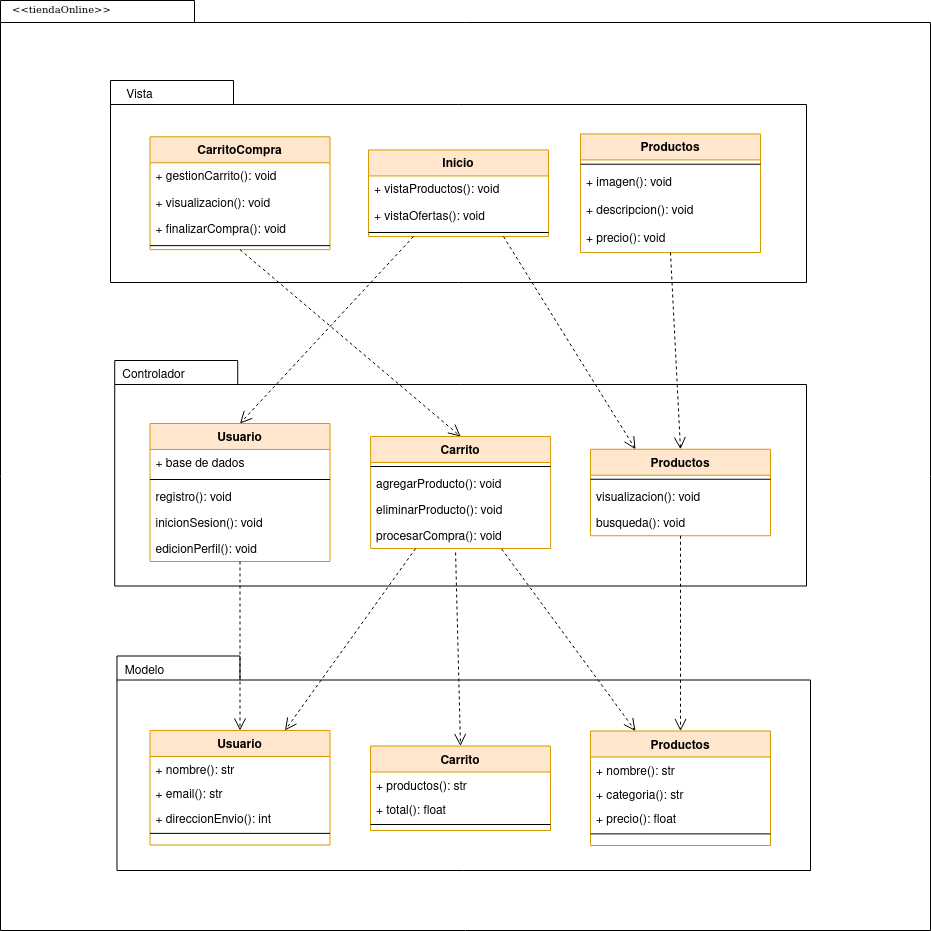
Earlier version of the draw.io export diagramas/diagramas/paquete/diagrama_paquete_tienda_en_linea.png (Chugani05/entorno_de_desarrollo). Source tidied: cells renumbered, new cells last; positions are measured from the earlier drawing's top-left corner, leaving out a move shared by most shapes.
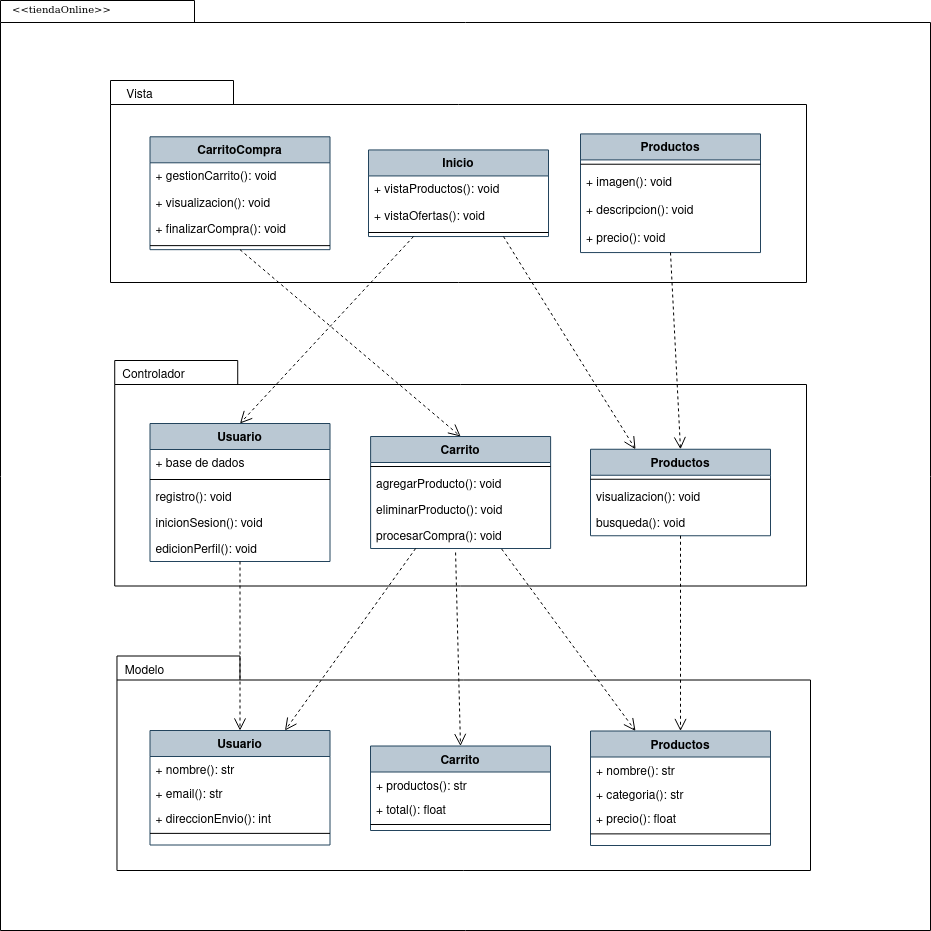
The same file after the commit.

What changed in the source:
```diff
@@ -8,7 +8,7 @@
     <mxCell id="3" style="shape=folder;fontStyle=1;spacingTop=10;tabWidth=123;tabHeight=24;tabPosition=left;html=1;rounded=0;shadow=0;comic=0;labelBackgroundColor=none;strokeWidth=1;fontFamily=Verdana;fontSize=10;align=center;" parent="1" vertex="1">
       <mxGeometry x="110" y="80" width="696" height="202" as="geometry" />
     </mxCell>
-    <mxCell id="4" value="CarritoCompra" style="swimlane;fontStyle=1;align=center;verticalAlign=top;horizontal=1;startSize=26;rounded=0;shadow=0;strokeWidth=1;fillColor=#ffe6cc;strokeColor=#d79b00;" parent="1" vertex="1">
+    <mxCell id="4" value="CarritoCompra" style="swimlane;fontStyle=1;align=center;verticalAlign=top;horizontal=1;startSize=26;rounded=0;shadow=0;strokeWidth=1;fillColor=#bac8d3;strokeColor=#23445d;" parent="1" vertex="1">
       <mxGeometry x="149.5" y="136.3" width="180" height="112.9" as="geometry" />
     </mxCell>
     <mxCell id="5" value="+ gestionCarrito(): void" style="text;align=left;verticalAlign=top;spacingLeft=4;spacingRight=4;overflow=hidden;" parent="4" vertex="1">
@@ -23,7 +23,7 @@
     <mxCell id="8" style="line;html=1;strokeWidth=1;align=left;verticalAlign=middle;spacingTop=-1;spacingLeft=3;spacingRight=3;labelPosition=right;" parent="4" vertex="1">
       <mxGeometry y="104.8" width="180" height="8.1" as="geometry" />
     </mxCell>
-    <mxCell id="9" value="Inicio" style="swimlane;fontStyle=1;align=center;verticalAlign=top;horizontal=1;startSize=26;rounded=0;shadow=0;strokeWidth=1;fillColor=#ffe6cc;strokeColor=#d79b00;" parent="1" vertex="1">
+    <mxCell id="9" value="Inicio" style="swimlane;fontStyle=1;align=center;verticalAlign=top;horizontal=1;startSize=26;rounded=0;shadow=0;strokeWidth=1;fillColor=#bac8d3;strokeColor=#23445d;" parent="1" vertex="1">
       <mxGeometry x="368" y="149.4" width="180" height="86.6" as="geometry" />
     </mxCell>
     <mxCell id="10" value="+ vistaProductos(): void" style="text;align=left;verticalAlign=top;spacingLeft=4;spacingRight=4;overflow=hidden;" parent="9" vertex="1">
@@ -38,7 +38,7 @@
     <mxCell id="13" value="Vista" style="text;html=1;align=center;verticalAlign=middle;strokeColor=none;fillColor=none;" parent="1" vertex="1">
       <mxGeometry x="113.8" y="80" width="50" height="30" as="geometry" />
     </mxCell>
-    <mxCell id="14" value="Productos" style="swimlane;fontStyle=1;align=center;verticalAlign=top;horizontal=1;startSize=26;rounded=0;shadow=0;strokeWidth=1;fillColor=#ffe6cc;strokeColor=#d79b00;" parent="1" vertex="1">
+    <mxCell id="14" value="Productos" style="swimlane;fontStyle=1;align=center;verticalAlign=top;horizontal=1;startSize=26;rounded=0;shadow=0;strokeWidth=1;fillColor=#bac8d3;strokeColor=#23445d;" parent="1" vertex="1">
       <mxGeometry x="580" y="133.4" width="180" height="118.7" as="geometry" />
     </mxCell>
     <mxCell id="15" style="line;html=1;strokeWidth=1;align=left;verticalAlign=middle;spacingTop=-1;spacingLeft=3;spacingRight=3;labelPosition=right;" parent="14" vertex="1">
@@ -59,7 +59,7 @@
     <mxCell id="20" style="shape=folder;fontStyle=1;spacingTop=10;tabWidth=123;tabHeight=24;tabPosition=left;html=1;rounded=0;shadow=0;comic=0;labelBackgroundColor=none;strokeWidth=1;fontFamily=Verdana;fontSize=10;align=center;" parent="1" vertex="1">
       <mxGeometry x="114.2" y="360" width="691.8" height="225.5" as="geometry" />
     </mxCell>
-    <mxCell id="21" value="Usuario" style="swimlane;fontStyle=1;align=center;verticalAlign=top;horizontal=1;startSize=26;rounded=0;shadow=0;strokeWidth=1;fillColor=#ffe6cc;strokeColor=#d79b00;" parent="1" vertex="1">
+    <mxCell id="21" value="Usuario" style="swimlane;fontStyle=1;align=center;verticalAlign=top;horizontal=1;startSize=26;rounded=0;shadow=0;strokeWidth=1;fillColor=#bac8d3;strokeColor=#23445d;" parent="1" vertex="1">
       <mxGeometry x="149.5" y="423" width="180" height="138" as="geometry" />
     </mxCell>
     <mxCell id="22" value="+ base de dados" style="text;align=left;verticalAlign=top;spacingLeft=4;spacingRight=4;overflow=hidden;" parent="21" vertex="1">
@@ -89,7 +89,7 @@
     <mxCell id="30" style="edgeStyle=none;rounded=0;html=1;dashed=1;labelBackgroundColor=none;startFill=0;endArrow=open;endFill=0;endSize=10;fontFamily=Verdana;fontSize=10;entryX=0.5;entryY=0;entryDx=0;entryDy=0;exitX=0.5;exitY=1;exitDx=0;exitDy=0;" parent="1" edge="1" source="14" target="45">
       <mxGeometry relative="1" as="geometry" />
     </mxCell>
-    <mxCell id="31" value="Usuario" style="swimlane;fontStyle=1;align=center;verticalAlign=top;horizontal=1;startSize=26;rounded=0;shadow=0;strokeWidth=1;fillColor=#ffe6cc;strokeColor=#d79b00;" parent="1" vertex="1">
+    <mxCell id="31" value="Usuario" style="swimlane;fontStyle=1;align=center;verticalAlign=top;horizontal=1;startSize=26;rounded=0;shadow=0;strokeWidth=1;fillColor=#bac8d3;strokeColor=#23445d;" parent="1" vertex="1">
       <mxGeometry x="149.5" y="730" width="180" height="114.5" as="geometry" />
     </mxCell>
     <mxCell id="32" value="+ nombre(): str" style="text;align=left;verticalAlign=top;spacingLeft=4;spacingRight=4;overflow=hidden;" parent="31" vertex="1">
@@ -110,7 +110,7 @@
     <mxCell id="37" value="Modelo" style="text;html=1;align=center;verticalAlign=middle;strokeColor=none;fillColor=none;" parent="1" vertex="1">
       <mxGeometry x="114.2" y="655.5" width="60" height="30" as="geometry" />
     </mxCell>
-    <mxCell id="38" value="Carrito" style="swimlane;fontStyle=1;align=center;verticalAlign=top;horizontal=1;startSize=26;rounded=0;shadow=0;strokeWidth=1;fillColor=#ffe6cc;strokeColor=#d79b00;" parent="1" vertex="1">
+    <mxCell id="38" value="Carrito" style="swimlane;fontStyle=1;align=center;verticalAlign=top;horizontal=1;startSize=26;rounded=0;shadow=0;strokeWidth=1;fillColor=#bac8d3;strokeColor=#23445d;" parent="1" vertex="1">
       <mxGeometry x="370.1" y="436" width="180" height="112" as="geometry" />
     </mxCell>
     <mxCell id="39" style="line;html=1;strokeWidth=1;align=left;verticalAlign=middle;spacingTop=-1;spacingLeft=3;spacingRight=3;labelPosition=right;" parent="38" vertex="1">
@@ -131,7 +131,7 @@
     <mxCell id="44" value="&amp;lt;&amp;lt;tiendaOnline&amp;gt;&amp;gt;" style="text;html=1;align=left;verticalAlign=top;spacingTop=-4;fontSize=10;fontFamily=Verdana;" parent="1" vertex="1">
       <mxGeometry x="10" width="130" height="20" as="geometry" />
     </mxCell>
-    <mxCell id="45" value="Productos" style="swimlane;fontStyle=1;align=center;verticalAlign=top;horizontal=1;startSize=26;rounded=0;shadow=0;strokeWidth=1;fillColor=#ffe6cc;strokeColor=#d79b00;" parent="1" vertex="1">
+    <mxCell id="45" value="Productos" style="swimlane;fontStyle=1;align=center;verticalAlign=top;horizontal=1;startSize=26;rounded=0;shadow=0;strokeWidth=1;fillColor=#bac8d3;strokeColor=#23445d;" parent="1" vertex="1">
       <mxGeometry x="590" y="448.8" width="180" height="86.5" as="geometry" />
     </mxCell>
     <mxCell id="46" style="line;html=1;strokeWidth=1;align=left;verticalAlign=middle;spacingTop=-1;spacingLeft=3;spacingRight=3;labelPosition=right;" parent="45" vertex="1">
@@ -143,7 +143,7 @@
     <mxCell id="48" value="busqueda(): void" style="text;align=left;verticalAlign=top;spacingLeft=4;spacingRight=4;overflow=hidden;rounded=0;shadow=0;html=0;" parent="45" vertex="1">
       <mxGeometry y="60" width="180" height="26" as="geometry" />
     </mxCell>
-    <mxCell id="49" value="Carrito" style="swimlane;fontStyle=1;align=center;verticalAlign=top;horizontal=1;startSize=26;rounded=0;shadow=0;strokeWidth=1;fillColor=#ffe6cc;strokeColor=#d79b00;" parent="1" vertex="1">
+    <mxCell id="49" value="Carrito" style="swimlane;fontStyle=1;align=center;verticalAlign=top;horizontal=1;startSize=26;rounded=0;shadow=0;strokeWidth=1;fillColor=#bac8d3;strokeColor=#23445d;" parent="1" vertex="1">
       <mxGeometry x="370" y="745.5" width="180" height="84.5" as="geometry" />
     </mxCell>
     <mxCell id="50" value="+ productos(): str" style="text;align=left;verticalAlign=top;spacingLeft=4;spacingRight=4;overflow=hidden;" parent="49" vertex="1">
@@ -164,7 +164,7 @@
     <mxCell id="55" style="edgeStyle=none;rounded=0;html=1;dashed=1;labelBackgroundColor=none;startFill=0;endArrow=open;endFill=0;endSize=10;fontFamily=Verdana;fontSize=10;entryX=0.25;entryY=0;entryDx=0;entryDy=0;exitX=0.75;exitY=1;exitDx=0;exitDy=0;" parent="1" edge="1" source="9" target="45">
       <mxGeometry relative="1" as="geometry" />
     </mxCell>
-    <mxCell id="56" value="Productos" style="swimlane;fontStyle=1;align=center;verticalAlign=top;horizontal=1;startSize=26;rounded=0;shadow=0;strokeWidth=1;fillColor=#ffe6cc;strokeColor=#d79b00;" parent="1" vertex="1">
+    <mxCell id="56" value="Productos" style="swimlane;fontStyle=1;align=center;verticalAlign=top;horizontal=1;startSize=26;rounded=0;shadow=0;strokeWidth=1;fillColor=#bac8d3;strokeColor=#23445d;" parent="1" vertex="1">
       <mxGeometry x="590" y="730.5" width="180" height="114.5" as="geometry" />
     </mxCell>
     <mxCell id="57" value="+ nombre(): str" style="text;align=left;verticalAlign=top;spacingLeft=4;spacingRight=4;overflow=hidden;" parent="56" vertex="1">
```
